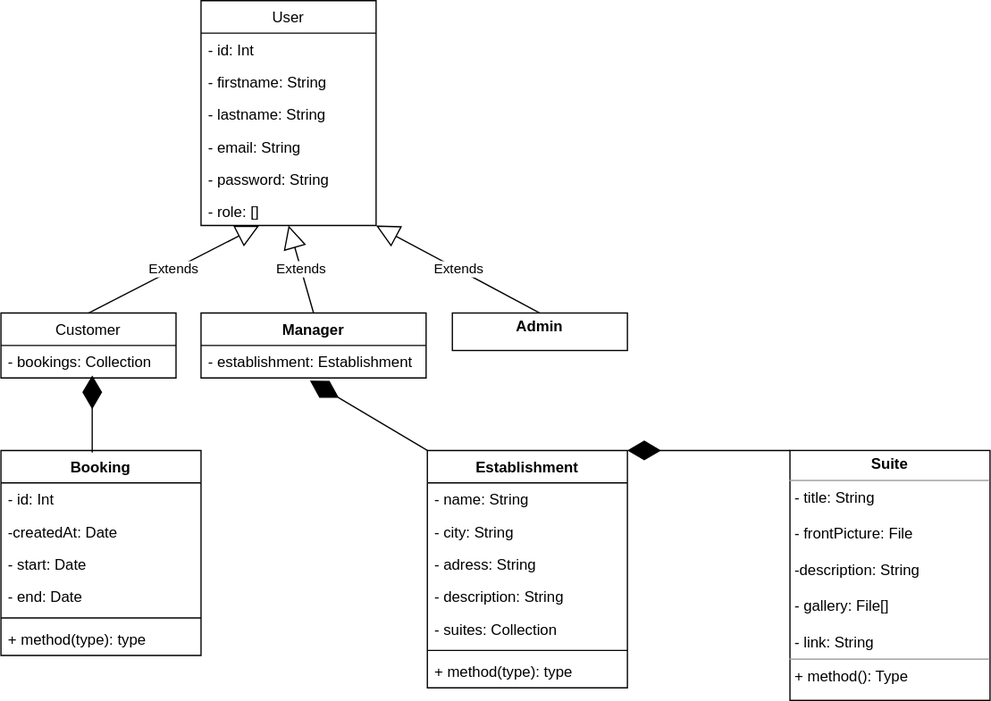
Earlier version of the draw.io export diagrams/class_diagram.svg (Arciesis/Hypnos). Source tidied: cells renumbered, new cells last; positions are measured from the earlier drawing's top-left corner, leaving out a move shared by most shapes. Source of this version:
```xml
<mxGraphModel>
  <root>
    <mxCell id="0" />
    <mxCell id="1" parent="0" />
    <mxCell id="2" value="User" style="swimlane;fontStyle=0;horizontal=1;startSize=26;fillColor=none;" parent="1" vertex="1">
      <mxGeometry x="160" width="140" height="180" as="geometry" />
    </mxCell>
    <mxCell id="3" value="- id: Int" style="text;strokeColor=none;fillColor=none;align=left;verticalAlign=top;spacingLeft=4;spacingRight=4;overflow=hidden;" parent="2" vertex="1">
      <mxGeometry y="26" width="140" height="26" as="geometry" />
    </mxCell>
    <mxCell id="4" value="- firstname: String" style="text;strokeColor=none;fillColor=none;align=left;verticalAlign=top;spacingLeft=4;spacingRight=4;overflow=hidden;" parent="2" vertex="1">
      <mxGeometry y="52" width="140" height="26" as="geometry" />
    </mxCell>
    <mxCell id="5" value="- lastname: String" style="text;strokeColor=none;fillColor=none;align=left;verticalAlign=top;spacingLeft=4;spacingRight=4;overflow=hidden;" parent="2" vertex="1">
      <mxGeometry y="78" width="140" height="26" as="geometry" />
    </mxCell>
    <mxCell id="6" value="- email: String" style="text;strokeColor=none;fillColor=none;align=left;verticalAlign=top;spacingLeft=4;spacingRight=4;overflow=hidden;" parent="2" vertex="1">
      <mxGeometry y="104" width="140" height="26" as="geometry" />
    </mxCell>
    <mxCell id="7" value="- password: String" style="text;strokeColor=none;fillColor=none;align=left;verticalAlign=top;spacingLeft=4;spacingRight=4;overflow=hidden;" parent="2" vertex="1">
      <mxGeometry y="130" width="140" height="26" as="geometry" />
    </mxCell>
    <mxCell id="8" value="- role: []" style="text;strokeColor=none;fillColor=none;align=left;verticalAlign=top;spacingLeft=4;spacingRight=4;overflow=hidden;points=[[0,0.5],[1,0.5]];portConstraint=eastwest;" parent="2" vertex="1">
      <mxGeometry y="156" width="140" height="24" as="geometry" />
    </mxCell>
    <mxCell id="9" value="&lt;p style=&quot;margin: 0px ; margin-top: 4px ; text-align: center&quot;&gt;&lt;/p&gt;&lt;div style=&quot;text-align: center ; height: 2px&quot;&gt;&lt;b&gt;Admin&lt;/b&gt;&lt;/div&gt;" style="verticalAlign=top;align=left;overflow=fill;fontSize=12;fontFamily=Helvetica;html=1;" parent="1" vertex="1">
      <mxGeometry x="361" y="250" width="140" height="30" as="geometry" />
    </mxCell>
    <mxCell id="10" value="Extends" style="endArrow=block;endSize=16;endFill=0;html=1;rounded=0;exitX=0.5;exitY=0;exitDx=0;exitDy=0;entryX=1;entryY=1;entryDx=0;entryDy=0;" parent="1" edge="1" source="9" target="2">
      <mxGeometry relative="1" as="geometry" />
    </mxCell>
    <mxCell id="11" value="Extends" style="endArrow=block;endSize=16;endFill=0;html=1;rounded=0;entryX=0.5;entryY=1;entryDx=0;entryDy=0;exitX=0.5;exitY=0;exitDx=0;exitDy=0;" parent="1" edge="1" source="33" target="2">
      <mxGeometry relative="1" as="geometry" />
    </mxCell>
    <mxCell id="12" value="Extends" style="endArrow=block;endSize=16;endFill=0;html=1;rounded=0;exitX=0.5;exitY=0;exitDx=0;exitDy=0;" parent="1" edge="1" source="29" target="8">
      <mxGeometry relative="1" as="geometry" />
    </mxCell>
    <mxCell id="13" value="Establishment" style="swimlane;fontStyle=1;align=center;verticalAlign=top;horizontal=1;startSize=26;" parent="1" vertex="1">
      <mxGeometry x="341" y="360" width="160" height="190" as="geometry" />
    </mxCell>
    <mxCell id="14" value="- name: String" style="text;strokeColor=none;fillColor=none;align=left;verticalAlign=top;spacingLeft=4;spacingRight=4;overflow=hidden;" parent="13" vertex="1">
      <mxGeometry y="26" width="160" height="26" as="geometry" />
    </mxCell>
    <mxCell id="15" value="- city: String" style="text;strokeColor=none;fillColor=none;align=left;verticalAlign=top;spacingLeft=4;spacingRight=4;overflow=hidden;" parent="13" vertex="1">
      <mxGeometry y="52" width="160" height="26" as="geometry" />
    </mxCell>
    <mxCell id="16" value="- adress: String" style="text;strokeColor=none;fillColor=none;align=left;verticalAlign=top;spacingLeft=4;spacingRight=4;overflow=hidden;" parent="13" vertex="1">
      <mxGeometry y="78" width="160" height="26" as="geometry" />
    </mxCell>
    <mxCell id="17" value="- description: String" style="text;strokeColor=none;fillColor=none;align=left;verticalAlign=top;spacingLeft=4;spacingRight=4;overflow=hidden;" parent="13" vertex="1">
      <mxGeometry y="104" width="160" height="26" as="geometry" />
    </mxCell>
    <mxCell id="18" value="- suites: Collection" style="text;strokeColor=none;fillColor=none;align=left;verticalAlign=top;spacingLeft=4;spacingRight=4;overflow=hidden;" parent="13" vertex="1">
      <mxGeometry y="130" width="160" height="26" as="geometry" />
    </mxCell>
    <mxCell id="19" style="line;strokeWidth=1;fillColor=none;align=left;verticalAlign=middle;spacingTop=-1;spacingLeft=3;spacingRight=3;labelPosition=right;" parent="13" vertex="1">
      <mxGeometry y="156" width="160" height="8" as="geometry" />
    </mxCell>
    <mxCell id="20" value="+ method(type): type" style="text;strokeColor=none;fillColor=none;align=left;verticalAlign=top;spacingLeft=4;spacingRight=4;overflow=hidden;" parent="13" vertex="1">
      <mxGeometry y="164" width="160" height="26" as="geometry" />
    </mxCell>
    <mxCell id="21" value="&lt;p style=&quot;margin: 0px ; margin-top: 4px ; text-align: center&quot;&gt;&lt;b&gt;Suite&lt;/b&gt;&lt;/p&gt;&lt;hr size=&quot;1&quot;&gt;&lt;p style=&quot;margin: 0px ; margin-left: 4px&quot;&gt;- title: String&lt;/p&gt;&lt;p style=&quot;margin: 0px ; margin-left: 4px&quot;&gt;&lt;br&gt;&lt;/p&gt;&lt;p style=&quot;margin: 0px ; margin-left: 4px&quot;&gt;- frontPicture: File&lt;/p&gt;&lt;p style=&quot;margin: 0px ; margin-left: 4px&quot;&gt;&lt;br&gt;&lt;/p&gt;&lt;p style=&quot;margin: 0px ; margin-left: 4px&quot;&gt;-description: String&lt;/p&gt;&lt;p style=&quot;margin: 0px ; margin-left: 4px&quot;&gt;&lt;br&gt;&lt;/p&gt;&lt;p style=&quot;margin: 0px ; margin-left: 4px&quot;&gt;- gallery: File[]&lt;/p&gt;&lt;p style=&quot;margin: 0px ; margin-left: 4px&quot;&gt;&lt;br&gt;&lt;/p&gt;&lt;p style=&quot;margin: 0px ; margin-left: 4px&quot;&gt;- link: String&lt;/p&gt;&lt;hr size=&quot;1&quot;&gt;&lt;p style=&quot;margin: 0px ; margin-left: 4px&quot;&gt;+ method(): Type&lt;/p&gt;" style="verticalAlign=top;align=left;overflow=fill;fontSize=12;fontFamily=Helvetica;html=1;" parent="1" vertex="1">
      <mxGeometry x="631" y="360" width="160" height="200" as="geometry" />
    </mxCell>
    <mxCell id="22" value="Booking" style="swimlane;fontStyle=1;align=center;verticalAlign=top;horizontal=1;startSize=26;" parent="1" vertex="1">
      <mxGeometry y="360" width="160" height="164" as="geometry" />
    </mxCell>
    <mxCell id="23" value="- id: Int" style="text;strokeColor=none;fillColor=none;align=left;verticalAlign=top;spacingLeft=4;spacingRight=4;overflow=hidden;" parent="22" vertex="1">
      <mxGeometry y="26" width="160" height="26" as="geometry" />
    </mxCell>
    <mxCell id="24" value="-createdAt: Date" style="text;strokeColor=none;fillColor=none;align=left;verticalAlign=top;spacingLeft=4;spacingRight=4;overflow=hidden;" parent="22" vertex="1">
      <mxGeometry y="52" width="160" height="26" as="geometry" />
    </mxCell>
    <mxCell id="25" value="- start: Date" style="text;strokeColor=none;fillColor=none;align=left;verticalAlign=top;spacingLeft=4;spacingRight=4;overflow=hidden;" parent="22" vertex="1">
      <mxGeometry y="78" width="160" height="26" as="geometry" />
    </mxCell>
    <mxCell id="26" value="- end: Date" style="text;strokeColor=none;fillColor=none;align=left;verticalAlign=top;spacingLeft=4;spacingRight=4;overflow=hidden;" parent="22" vertex="1">
      <mxGeometry y="104" width="160" height="26" as="geometry" />
    </mxCell>
    <mxCell id="27" style="line;strokeWidth=1;fillColor=none;align=left;verticalAlign=middle;spacingTop=-1;spacingLeft=3;spacingRight=3;labelPosition=right;" parent="22" vertex="1">
      <mxGeometry y="130" width="160" height="8" as="geometry" />
    </mxCell>
    <mxCell id="28" value="+ method(type): type" style="text;strokeColor=none;fillColor=none;align=left;verticalAlign=top;spacingLeft=4;spacingRight=4;overflow=hidden;" parent="22" vertex="1">
      <mxGeometry y="138" width="160" height="26" as="geometry" />
    </mxCell>
    <mxCell id="29" value="Customer" style="swimlane;fontStyle=0;horizontal=1;startSize=26;fillColor=none;align=center;" parent="1" vertex="1">
      <mxGeometry y="250" width="140" height="52" as="geometry" />
    </mxCell>
    <mxCell id="30" value="- bookings: Collection" style="text;strokeColor=none;fillColor=none;align=left;verticalAlign=top;spacingLeft=4;spacingRight=4;overflow=hidden;" parent="29" vertex="1">
      <mxGeometry y="26" width="140" height="26" as="geometry" />
    </mxCell>
    <mxCell id="31" style="endArrow=diamondThin;endFill=1;endSize=24;html=1;rounded=0;exitX=0.456;exitY=0.01;exitDx=0;exitDy=0;exitPerimeter=0;" parent="1" edge="1" source="22">
      <mxGeometry relative="1" as="geometry">
        <mxPoint x="73" y="300" as="targetPoint" />
      </mxGeometry>
    </mxCell>
    <mxCell id="32" style="endArrow=diamondThin;endFill=1;endSize=24;html=1;rounded=0;entryX=1;entryY=0;entryDx=0;entryDy=0;exitX=0;exitY=0;exitDx=0;exitDy=0;" parent="1" edge="1" source="21" target="13">
      <mxGeometry relative="1" as="geometry" />
    </mxCell>
    <mxCell id="33" value="Manager" style="swimlane;fontStyle=1;align=center;verticalAlign=top;horizontal=1;startSize=26;" parent="1" vertex="1">
      <mxGeometry x="160" y="250" width="180" height="52" as="geometry" />
    </mxCell>
    <mxCell id="34" value="- establishment: Establishment" style="text;strokeColor=none;fillColor=none;align=left;verticalAlign=top;spacingLeft=4;spacingRight=4;overflow=hidden;points=[[0,0.5],[1,0.5]];portConstraint=eastwest;" parent="33" vertex="1">
      <mxGeometry y="26" width="180" height="26" as="geometry" />
    </mxCell>
    <mxCell id="35" style="endArrow=diamondThin;endFill=1;endSize=24;html=1;rounded=0;entryX=0.484;entryY=1.083;entryDx=0;entryDy=0;entryPerimeter=0;exitX=0;exitY=0;exitDx=0;exitDy=0;" parent="1" edge="1" source="13" target="34">
      <mxGeometry relative="1" as="geometry" />
    </mxCell>
  </root>
</mxGraphModel>
```
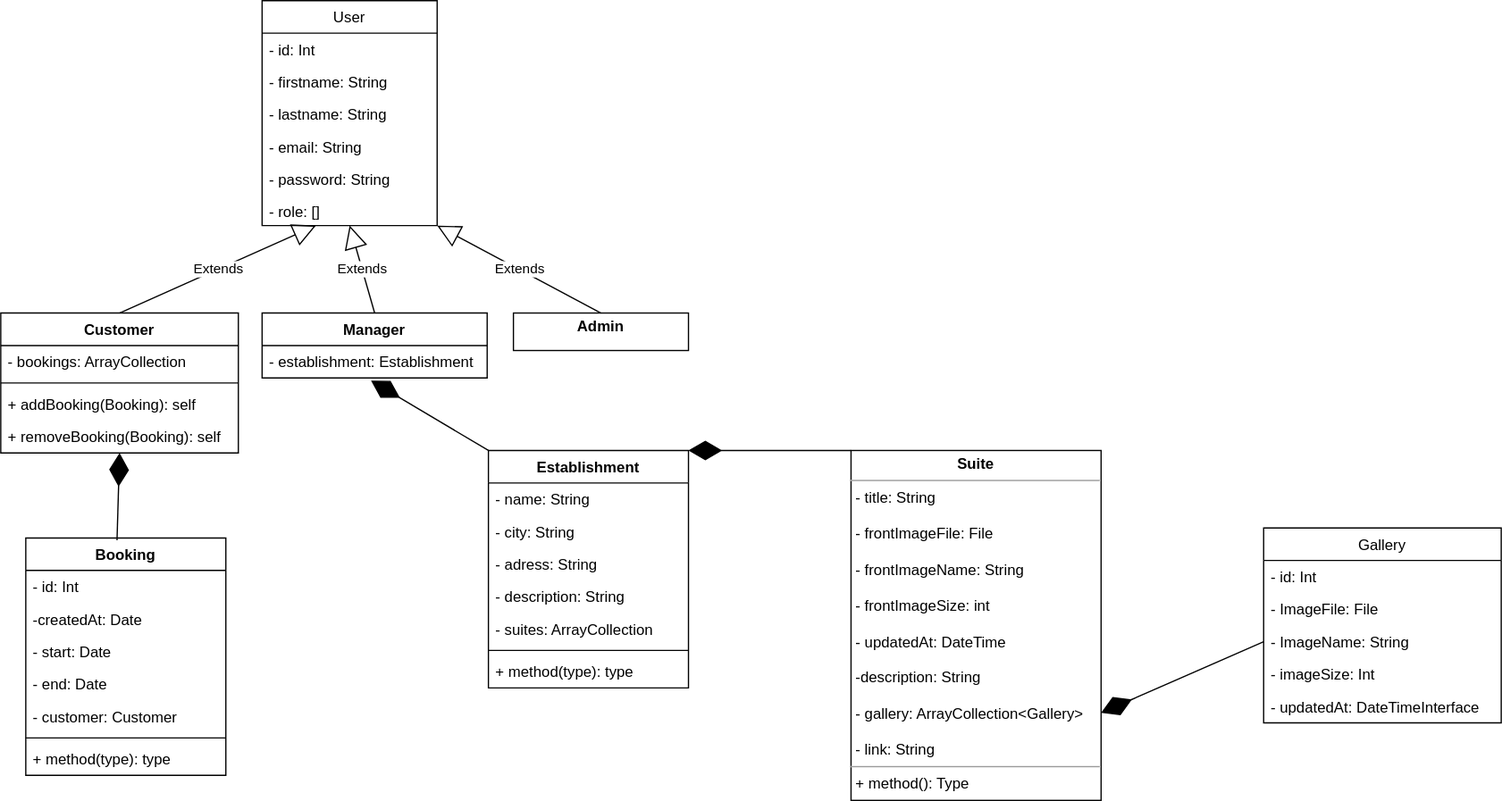
Later version of the same file.

What changed in the source:
```diff
@@ -50,7 +50,7 @@
     <mxCell id="17" value="- description: String" style="text;strokeColor=none;fillColor=none;align=left;verticalAlign=top;spacingLeft=4;spacingRight=4;overflow=hidden;" parent="13" vertex="1">
       <mxGeometry y="104" width="160" height="26" as="geometry" />
     </mxCell>
-    <mxCell id="18" value="- suites: Collection" style="text;strokeColor=none;fillColor=none;align=left;verticalAlign=top;spacingLeft=4;spacingRight=4;overflow=hidden;" parent="13" vertex="1">
+    <mxCell id="18" value="- suites: ArrayCollection" style="text;strokeColor=none;fillColor=none;align=left;verticalAlign=top;spacingLeft=4;spacingRight=4;overflow=hidden;" parent="13" vertex="1">
       <mxGeometry y="130" width="160" height="26" as="geometry" />
     </mxCell>
     <mxCell id="19" style="line;strokeWidth=1;fillColor=none;align=left;verticalAlign=middle;spacingTop=-1;spacingLeft=3;spacingRight=3;labelPosition=right;" parent="13" vertex="1">
@@ -59,11 +59,11 @@
     <mxCell id="20" value="+ method(type): type" style="text;strokeColor=none;fillColor=none;align=left;verticalAlign=top;spacingLeft=4;spacingRight=4;overflow=hidden;" parent="13" vertex="1">
       <mxGeometry y="164" width="160" height="26" as="geometry" />
     </mxCell>
-    <mxCell id="21" value="&lt;p style=&quot;margin: 0px ; margin-top: 4px ; text-align: center&quot;&gt;&lt;b&gt;Suite&lt;/b&gt;&lt;/p&gt;&lt;hr size=&quot;1&quot;&gt;&lt;p style=&quot;margin: 0px ; margin-left: 4px&quot;&gt;- title: String&lt;/p&gt;&lt;p style=&quot;margin: 0px ; margin-left: 4px&quot;&gt;&lt;br&gt;&lt;/p&gt;&lt;p style=&quot;margin: 0px ; margin-left: 4px&quot;&gt;- frontPicture: File&lt;/p&gt;&lt;p style=&quot;margin: 0px ; margin-left: 4px&quot;&gt;&lt;br&gt;&lt;/p&gt;&lt;p style=&quot;margin: 0px ; margin-left: 4px&quot;&gt;-description: String&lt;/p&gt;&lt;p style=&quot;margin: 0px ; margin-left: 4px&quot;&gt;&lt;br&gt;&lt;/p&gt;&lt;p style=&quot;margin: 0px ; margin-left: 4px&quot;&gt;- gallery: File[]&lt;/p&gt;&lt;p style=&quot;margin: 0px ; margin-left: 4px&quot;&gt;&lt;br&gt;&lt;/p&gt;&lt;p style=&quot;margin: 0px ; margin-left: 4px&quot;&gt;- link: String&lt;/p&gt;&lt;hr size=&quot;1&quot;&gt;&lt;p style=&quot;margin: 0px ; margin-left: 4px&quot;&gt;+ method(): Type&lt;/p&gt;" style="verticalAlign=top;align=left;overflow=fill;fontSize=12;fontFamily=Helvetica;html=1;" parent="1" vertex="1">
-      <mxGeometry x="631" y="360" width="160" height="200" as="geometry" />
+    <mxCell id="21" value="&lt;p style=&quot;margin: 0px ; margin-top: 4px ; text-align: center&quot;&gt;&lt;b&gt;Suite&lt;/b&gt;&lt;/p&gt;&lt;hr size=&quot;1&quot;&gt;&lt;p style=&quot;margin: 0px ; margin-left: 4px&quot;&gt;- title: String&lt;/p&gt;&lt;p style=&quot;margin: 0px ; margin-left: 4px&quot;&gt;&lt;br&gt;&lt;/p&gt;&lt;p style=&quot;margin: 0px ; margin-left: 4px&quot;&gt;- frontImageFile: File&lt;/p&gt;&lt;p style=&quot;margin: 0px ; margin-left: 4px&quot;&gt;&lt;br&gt;&lt;/p&gt;&lt;p style=&quot;margin: 0px ; margin-left: 4px&quot;&gt;- frontImageName: String&lt;/p&gt;&lt;p style=&quot;margin: 0px ; margin-left: 4px&quot;&gt;&lt;br&gt;&lt;/p&gt;&lt;p style=&quot;margin: 0px ; margin-left: 4px&quot;&gt;- frontImageSize: int&lt;/p&gt;&lt;p style=&quot;margin: 0px ; margin-left: 4px&quot;&gt;&lt;br&gt;&lt;/p&gt;&lt;p style=&quot;margin: 0px ; margin-left: 4px&quot;&gt;- updatedAt: DateTime&lt;/p&gt;&lt;p style=&quot;margin: 0px ; margin-left: 4px&quot;&gt;&lt;br&gt;&lt;/p&gt;&lt;p style=&quot;margin: 0px ; margin-left: 4px&quot;&gt;-description: String&lt;/p&gt;&lt;p style=&quot;margin: 0px ; margin-left: 4px&quot;&gt;&lt;br&gt;&lt;/p&gt;&lt;p style=&quot;margin: 0px ; margin-left: 4px&quot;&gt;- gallery: ArrayCollection&amp;lt;Gallery&amp;gt;&lt;/p&gt;&lt;p style=&quot;margin: 0px ; margin-left: 4px&quot;&gt;&lt;br&gt;&lt;/p&gt;&lt;p style=&quot;margin: 0px ; margin-left: 4px&quot;&gt;- link: String&lt;/p&gt;&lt;hr size=&quot;1&quot;&gt;&lt;p style=&quot;margin: 0px ; margin-left: 4px&quot;&gt;+ method(): Type&lt;/p&gt;" style="verticalAlign=top;align=left;overflow=fill;fontSize=12;fontFamily=Helvetica;html=1;" parent="1" vertex="1">
+      <mxGeometry x="631" y="360" width="200" height="280" as="geometry" />
     </mxCell>
     <mxCell id="22" value="Booking" style="swimlane;fontStyle=1;align=center;verticalAlign=top;horizontal=1;startSize=26;" parent="1" vertex="1">
-      <mxGeometry y="360" width="160" height="164" as="geometry" />
+      <mxGeometry x="-29" y="430" width="160" height="190" as="geometry" />
     </mxCell>
     <mxCell id="23" value="- id: Int" style="text;strokeColor=none;fillColor=none;align=left;verticalAlign=top;spacingLeft=4;spacingRight=4;overflow=hidden;" parent="22" vertex="1">
       <mxGeometry y="26" width="160" height="26" as="geometry" />
@@ -77,22 +77,17 @@
     <mxCell id="26" value="- end: Date" style="text;strokeColor=none;fillColor=none;align=left;verticalAlign=top;spacingLeft=4;spacingRight=4;overflow=hidden;" parent="22" vertex="1">
       <mxGeometry y="104" width="160" height="26" as="geometry" />
     </mxCell>
+    <mxCell id="36" value="- customer: Customer" style="text;strokeColor=none;fillColor=none;align=left;verticalAlign=top;spacingLeft=4;spacingRight=4;overflow=hidden;" parent="22" vertex="1">
+      <mxGeometry y="130" width="160" height="26" as="geometry" />
+    </mxCell>
     <mxCell id="27" style="line;strokeWidth=1;fillColor=none;align=left;verticalAlign=middle;spacingTop=-1;spacingLeft=3;spacingRight=3;labelPosition=right;" parent="22" vertex="1">
-      <mxGeometry y="130" width="160" height="8" as="geometry" />
+      <mxGeometry y="156" width="160" height="8" as="geometry" />
     </mxCell>
     <mxCell id="28" value="+ method(type): type" style="text;strokeColor=none;fillColor=none;align=left;verticalAlign=top;spacingLeft=4;spacingRight=4;overflow=hidden;" parent="22" vertex="1">
-      <mxGeometry y="138" width="160" height="26" as="geometry" />
+      <mxGeometry y="164" width="160" height="26" as="geometry" />
     </mxCell>
-    <mxCell id="29" value="Customer" style="swimlane;fontStyle=0;horizontal=1;startSize=26;fillColor=none;align=center;" parent="1" vertex="1">
-      <mxGeometry y="250" width="140" height="52" as="geometry" />
-    </mxCell>
-    <mxCell id="30" value="- bookings: Collection" style="text;strokeColor=none;fillColor=none;align=left;verticalAlign=top;spacingLeft=4;spacingRight=4;overflow=hidden;" parent="29" vertex="1">
-      <mxGeometry y="26" width="140" height="26" as="geometry" />
-    </mxCell>
-    <mxCell id="31" style="endArrow=diamondThin;endFill=1;endSize=24;html=1;rounded=0;exitX=0.456;exitY=0.01;exitDx=0;exitDy=0;exitPerimeter=0;" parent="1" edge="1" source="22">
-      <mxGeometry relative="1" as="geometry">
-        <mxPoint x="73" y="300" as="targetPoint" />
-      </mxGeometry>
+    <mxCell id="31" style="endArrow=diamondThin;endFill=1;endSize=24;html=1;rounded=0;exitX=0.456;exitY=0.01;exitDx=0;exitDy=0;exitPerimeter=0;entryX=0.5;entryY=1;entryDx=0;entryDy=0;" parent="1" edge="1" source="22" target="29">
+      <mxGeometry relative="1" as="geometry" />
     </mxCell>
     <mxCell id="32" style="endArrow=diamondThin;endFill=1;endSize=24;html=1;rounded=0;entryX=1;entryY=0;entryDx=0;entryDy=0;exitX=0;exitY=0;exitDx=0;exitDy=0;" parent="1" edge="1" source="21" target="13">
       <mxGeometry relative="1" as="geometry" />
@@ -106,5 +101,41 @@
     <mxCell id="35" style="endArrow=diamondThin;endFill=1;endSize=24;html=1;rounded=0;entryX=0.484;entryY=1.083;entryDx=0;entryDy=0;entryPerimeter=0;exitX=0;exitY=0;exitDx=0;exitDy=0;" parent="1" edge="1" source="13" target="34">
       <mxGeometry relative="1" as="geometry" />
     </mxCell>
+    <mxCell id="29" value="Customer" style="swimlane;fontStyle=1;align=center;verticalAlign=top;horizontal=1;startSize=26;" parent="1" vertex="1">
+      <mxGeometry x="-49" y="250" width="190" height="112" as="geometry" />
+    </mxCell>
+    <mxCell id="37" value="- bookings: ArrayCollection" style="text;strokeColor=none;fillColor=none;align=left;verticalAlign=top;spacingLeft=4;spacingRight=4;overflow=hidden;" parent="29" vertex="1">
+      <mxGeometry y="26" width="190" height="26" as="geometry" />
+    </mxCell>
+    <mxCell id="38" style="line;strokeWidth=1;fillColor=none;align=left;verticalAlign=middle;spacingTop=-1;spacingLeft=3;spacingRight=3;labelPosition=right;" parent="29" vertex="1">
+      <mxGeometry y="52" width="190" height="8" as="geometry" />
+    </mxCell>
+    <mxCell id="39" value="+ addBooking(Booking): self" style="text;strokeColor=none;fillColor=none;align=left;verticalAlign=top;spacingLeft=4;spacingRight=4;overflow=hidden;" parent="29" vertex="1">
+      <mxGeometry y="60" width="190" height="26" as="geometry" />
+    </mxCell>
+    <mxCell id="40" value="+ removeBooking(Booking): self" style="text;strokeColor=none;fillColor=none;align=left;verticalAlign=top;spacingLeft=4;spacingRight=4;overflow=hidden;" parent="29" vertex="1">
+      <mxGeometry y="86" width="190" height="26" as="geometry" />
+    </mxCell>
+    <mxCell id="41" value="Gallery" style="swimlane;fontStyle=0;horizontal=1;startSize=26;fillColor=none;" parent="1" vertex="1">
+      <mxGeometry x="961" y="422" width="190" height="156" as="geometry" />
+    </mxCell>
+    <mxCell id="42" value="- id: Int" style="text;strokeColor=none;fillColor=none;align=left;verticalAlign=top;spacingLeft=4;spacingRight=4;overflow=hidden;" parent="41" vertex="1">
+      <mxGeometry y="26" width="190" height="26" as="geometry" />
+    </mxCell>
+    <mxCell id="43" value="- ImageFile: File" style="text;strokeColor=none;fillColor=none;align=left;verticalAlign=top;spacingLeft=4;spacingRight=4;overflow=hidden;" parent="41" vertex="1">
+      <mxGeometry y="52" width="190" height="26" as="geometry" />
+    </mxCell>
+    <mxCell id="44" value="- ImageName: String" style="text;strokeColor=none;fillColor=none;align=left;verticalAlign=top;spacingLeft=4;spacingRight=4;overflow=hidden;points=[[0,0.5],[1,0.5]];portConstraint=eastwest;" parent="41" vertex="1">
+      <mxGeometry y="78" width="190" height="26" as="geometry" />
+    </mxCell>
+    <mxCell id="45" value="- imageSize: Int" style="text;strokeColor=none;fillColor=none;align=left;verticalAlign=top;spacingLeft=4;spacingRight=4;overflow=hidden;" parent="41" vertex="1">
+      <mxGeometry y="104" width="190" height="26" as="geometry" />
+    </mxCell>
+    <mxCell id="46" value="- updatedAt: DateTimeInterface" style="text;strokeColor=none;fillColor=none;align=left;verticalAlign=top;spacingLeft=4;spacingRight=4;overflow=hidden;" parent="41" vertex="1">
+      <mxGeometry y="130" width="190" height="26" as="geometry" />
+    </mxCell>
+    <mxCell id="47" style="endArrow=diamondThin;endFill=1;endSize=24;html=1;rounded=0;exitX=0;exitY=0.5;exitDx=0;exitDy=0;entryX=1;entryY=0.75;entryDx=0;entryDy=0;" parent="1" edge="1" source="44" target="21">
+      <mxGeometry relative="1" as="geometry" />
+    </mxCell>
   </root>
 </mxGraphModel>
```
